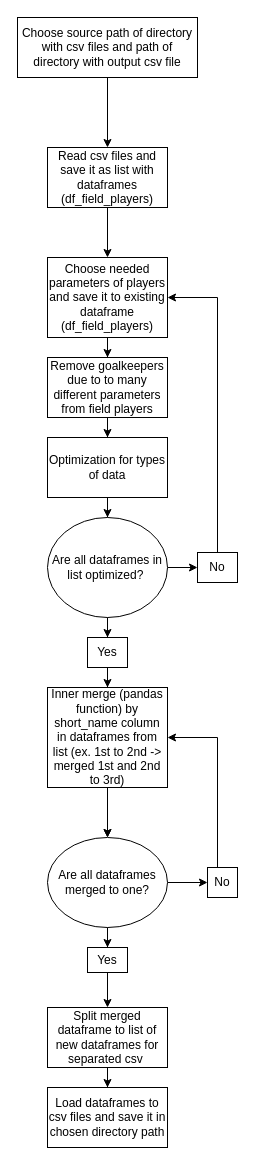
Above: prepare_data.drawio in Arthemyst/Football_analysis (draw.io), before the change. Source tidied: cells renumbered, new cells numbered last; positions are measured from the earlier drawing's top-left corner, leaving out a move shared by most shapes. Both pictures are drawn from the tidied source at 100%, with x=0, y=0 at pixel (17, 17).
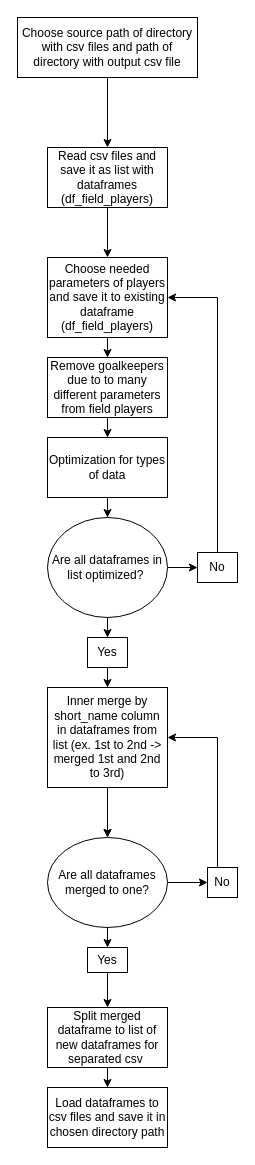
The same page after the edit.

Change to the diagram source:
```diff
@@
-    <mxCell id="21" value="Inner merge (pandas function) by short_name column in dataframes from list (ex. 1st to 2nd -&amp;gt; merged 1st and 2nd to 3rd)" style="whiteSpace=wrap;html=1;rounded=0;" parent="1" vertex="1">
+    <mxCell id="21" value="Inner merge by short_name column in dataframes from list (ex. 1st to 2nd -&amp;gt; merged 1st and 2nd to 3rd)" style="whiteSpace=wrap;html=1;rounded=0;" parent="1" vertex="1">
       <mxGeometry x="30" y="670" width="120" height="100" as="geometry" />
     </mxCell>
```
